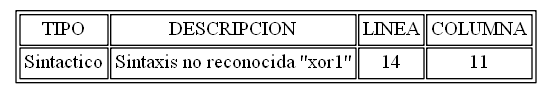
The Graphviz diagram ELS.png in AndreeAvalos/OLC2-AUGUS, before a commit. Its source is kept beside it as ELS.dot.
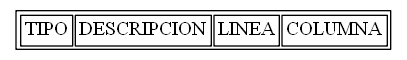
After the change.

Diff of the diagram source:
```diff
@@ -3,7 +3,6 @@
 graph [bb="0,0,352,154"];
 arset [label=<<TABLE ALIGN="LEFT">
 <TR><TD>TIPO</TD><TD>DESCRIPCION</TD><TD>LINEA</TD><TD>COLUMNA</TD></TR>
-<TR><TD>Sintactico</TD><TD>Sintaxis no reconocida "xor1"</TD><TD>14</TD><TD>11</TD></TR>
 </TABLE>
 >, ];
 }
```
